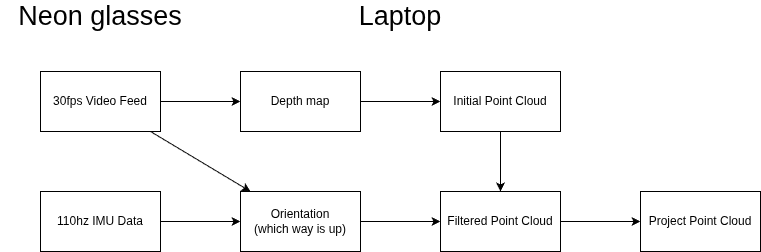
Earlier version of the draw.io export report/diagrams/DataAnalyzationFlow.drawio.png (Re0mar/NeuromorphicPaths). Source tidied: cells renumbered, new cells last; positions are measured from the earlier drawing's top-left corner, leaving out a move shared by most shapes.
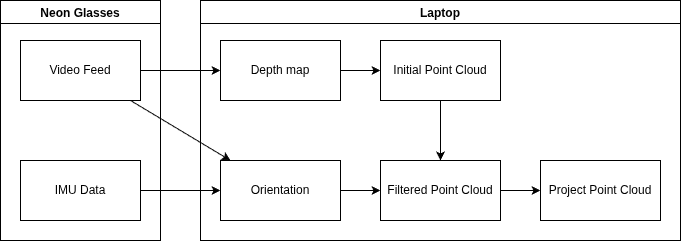
The same file after the commit.

Commit message:
Point cloud generation subsection

Change to the diagram source:
```diff
@@ -14,41 +14,41 @@
     <mxCell id="5" style="edgeStyle=none;html=1;" parent="1" edge="1" source="6" target="10">
       <mxGeometry relative="1" as="geometry" />
     </mxCell>
-    <mxCell id="6" value="30fps Video Feed" style="whiteSpace=wrap;html=1;" parent="1" vertex="1">
+    <mxCell id="6" value="Video Feed" style="whiteSpace=wrap;html=1;" parent="1" vertex="1">
       <mxGeometry x="40" y="70" width="120" height="60" as="geometry" />
     </mxCell>
     <mxCell id="7" style="edgeStyle=none;html=1;" parent="1" edge="1" source="8" target="10">
       <mxGeometry relative="1" as="geometry" />
     </mxCell>
-    <mxCell id="8" value="110hz IMU Data" style="whiteSpace=wrap;html=1;" parent="1" vertex="1">
+    <mxCell id="8" value="IMU Data" style="whiteSpace=wrap;html=1;" parent="1" vertex="1">
       <mxGeometry x="40" y="190" width="120" height="60" as="geometry" />
     </mxCell>
     <mxCell id="9" style="edgeStyle=none;html=1;" parent="1" edge="1" source="10" target="16">
       <mxGeometry relative="1" as="geometry" />
     </mxCell>
-    <mxCell id="10" value="Orientation&lt;div&gt;(which way is up)&lt;/div&gt;" style="whiteSpace=wrap;html=1;" parent="1" vertex="1">
+    <mxCell id="10" value="Orientation" style="whiteSpace=wrap;html=1;" parent="1" vertex="1">
       <mxGeometry x="240" y="190" width="120" height="60" as="geometry" />
     </mxCell>
     <mxCell id="11" style="edgeStyle=none;html=1;" parent="1" edge="1" source="12" target="16">
       <mxGeometry relative="1" as="geometry" />
     </mxCell>
     <mxCell id="12" value="Initial Point Cloud" style="whiteSpace=wrap;html=1;" parent="1" vertex="1">
-      <mxGeometry x="440" y="70" width="120" height="60" as="geometry" />
+      <mxGeometry x="400" y="70" width="120" height="60" as="geometry" />
     </mxCell>
-    <mxCell id="13" value="Neon glasses" style="text;html=1;whiteSpace=wrap;strokeColor=none;fillColor=none;align=center;verticalAlign=middle;rounded=0;fontStyle=0;fontSize=27;" parent="1" vertex="1">
-      <mxGeometry width="200" height="30" as="geometry" />
-    </mxCell>
-    <mxCell id="14" value="Laptop" style="text;html=1;whiteSpace=wrap;strokeColor=none;fillColor=none;align=center;verticalAlign=middle;rounded=0;fontStyle=0;fontSize=27;" parent="1" vertex="1">
-      <mxGeometry x="300" width="200" height="30" as="geometry" />
-    </mxCell>
     <mxCell id="15" style="edgeStyle=none;html=1;" parent="1" edge="1" source="16" target="17">
       <mxGeometry relative="1" as="geometry" />
     </mxCell>
     <mxCell id="16" value="Filtered Point Cloud" style="whiteSpace=wrap;html=1;" parent="1" vertex="1">
-      <mxGeometry x="440" y="190" width="120" height="60" as="geometry" />
+      <mxGeometry x="400" y="190" width="120" height="60" as="geometry" />
     </mxCell>
     <mxCell id="17" value="Project Point Cloud" style="whiteSpace=wrap;html=1;" parent="1" vertex="1">
-      <mxGeometry x="640" y="190" width="120" height="60" as="geometry" />
+      <mxGeometry x="560" y="190" width="120" height="60" as="geometry" />
     </mxCell>
+    <mxCell id="18" value="Neon Glasses" style="swimlane;" parent="1" vertex="1">
+      <mxGeometry x="20" y="30" width="160" height="240" as="geometry" />
+    </mxCell>
+    <mxCell id="14" value="Laptop" style="swimlane;" parent="1" vertex="1">
+      <mxGeometry x="220" y="30" width="480" height="240" as="geometry" />
+    </mxCell>
   </root>
 </mxGraphModel>
```
